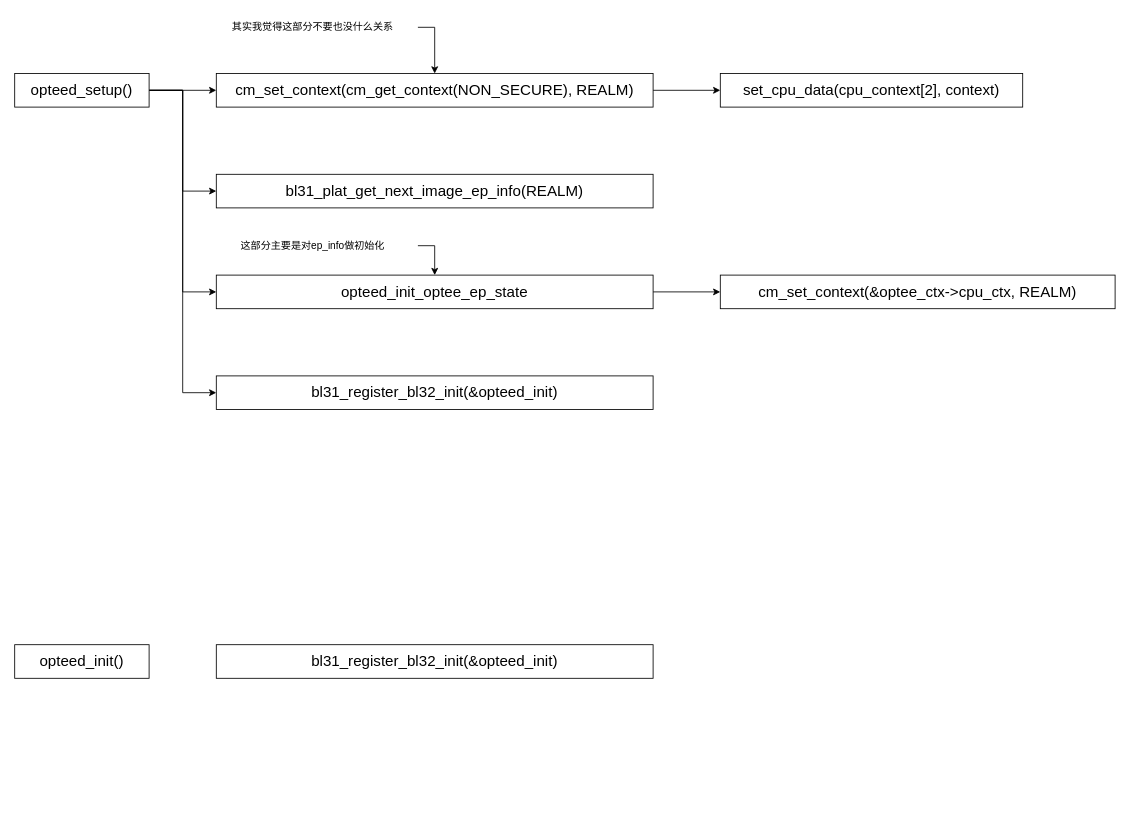
Above: cca-workflow/opteed_cm.drawio in EdisonE3/draw-pictures (draw.io), before the change. Source tidied: cells renumbered, new cells numbered last; positions are measured from the earlier drawing's top-left corner, leaving out a move shared by most shapes. Both pictures are drawn from the tidied source at 84%, with x=0, y=0 at pixel (14, 14).
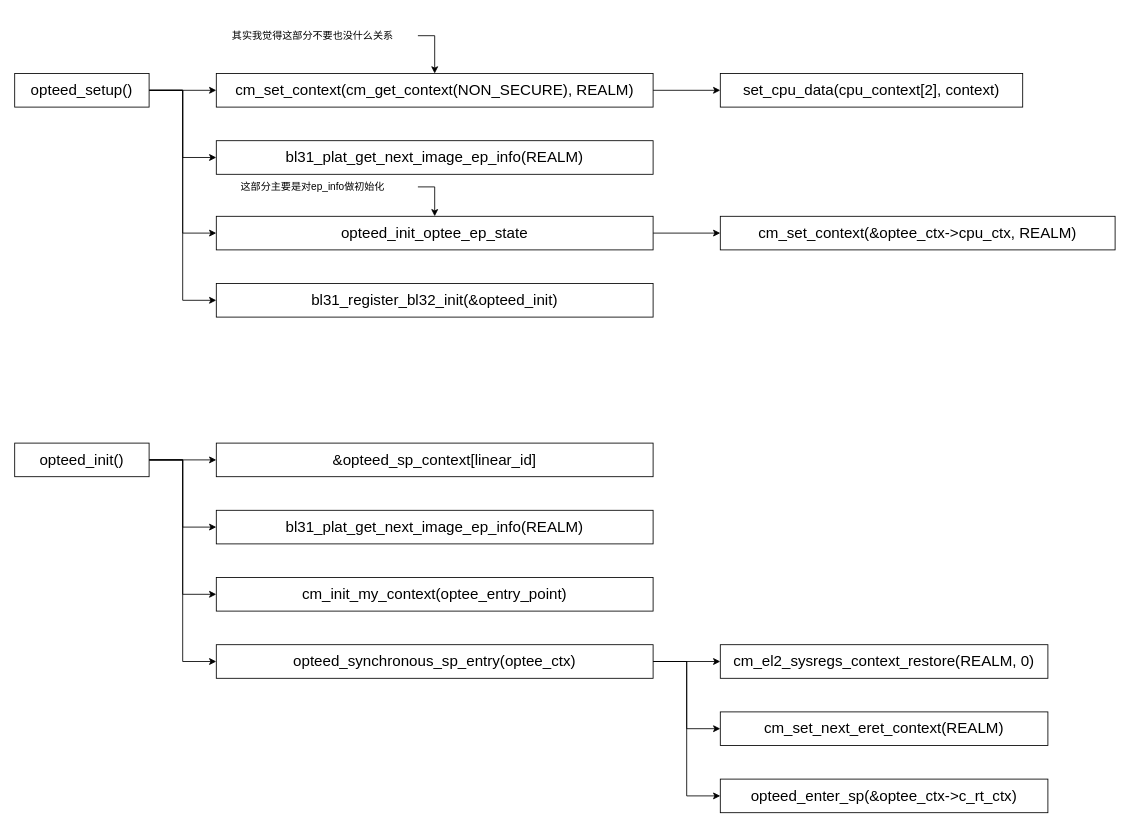
The same page after the edit.

Change to the diagram source:
```diff
@@
     <mxCell id="10" value="&lt;font style=&quot;font-size: 18px;&quot;&gt;bl31_plat_get_next_image_ep_info(REALM)&lt;/font&gt;" style="rounded=0;whiteSpace=wrap;html=1;" parent="1" vertex="1">
-      <mxGeometry x="240" y="190" width="520" height="40" as="geometry" />
+      <mxGeometry x="240" y="150" width="520" height="40" as="geometry" />
     </mxCell>
@@
     <mxCell id="12" value="&lt;font style=&quot;font-size: 18px;&quot;&gt;opteed_init_optee_ep_state&lt;/font&gt;" style="rounded=0;whiteSpace=wrap;html=1;" parent="1" vertex="1">
-      <mxGeometry x="240" y="310" width="520" height="40" as="geometry" />
+      <mxGeometry x="240" y="240" width="520" height="40" as="geometry" />
     </mxCell>
     <mxCell id="13" value="&lt;font style=&quot;font-size: 18px;&quot;&gt;bl31_register_bl32_init(&amp;amp;opteed_init)&lt;/font&gt;" style="rounded=0;whiteSpace=wrap;html=1;" parent="1" vertex="1">
-      <mxGeometry x="240" y="430" width="520" height="40" as="geometry" />
+      <mxGeometry x="240" y="320" width="520" height="40" as="geometry" />
     </mxCell>
@@
     <mxCell id="15" value="其实我觉得这部分不要也没什么关系" style="text;html=1;strokeColor=none;fillColor=none;align=center;verticalAlign=middle;whiteSpace=wrap;rounded=0;" parent="1" vertex="1">
-      <mxGeometry x="230" width="250" height="30" as="geometry" />
+      <mxGeometry x="230" y="10" width="250" height="30" as="geometry" />
     </mxCell>
@@
     <mxCell id="17" value="这部分主要是对ep_info做初始化" style="text;html=1;strokeColor=none;fillColor=none;align=center;verticalAlign=middle;whiteSpace=wrap;rounded=0;" parent="1" vertex="1">
-      <mxGeometry x="230" y="260" width="250" height="30" as="geometry" />
+      <mxGeometry x="230" y="190" width="250" height="30" as="geometry" />
     </mxCell>
+    <mxCell id="21" style="edgeStyle=orthogonalEdgeStyle;rounded=0;jettySize=auto;html=1;exitX=1;exitY=0.5;exitDx=0;exitDy=0;entryX=0;entryY=0.5;entryDx=0;entryDy=0;" parent="1" edge="1" source="18" target="25">
+      <mxGeometry relative="1" as="geometry" />
+    </mxCell>
+    <mxCell id="22" style="edgeStyle=orthogonalEdgeStyle;rounded=0;jettySize=auto;html=1;exitX=1;exitY=0.5;exitDx=0;exitDy=0;entryX=0;entryY=0.5;entryDx=0;entryDy=0;" parent="1" edge="1" source="18" target="19">
+      <mxGeometry relative="1" as="geometry" />
+    </mxCell>
+    <mxCell id="23" style="edgeStyle=orthogonalEdgeStyle;rounded=0;jettySize=auto;html=1;exitX=1;exitY=0.5;exitDx=0;exitDy=0;entryX=0;entryY=0.5;entryDx=0;entryDy=0;" parent="1" edge="1" source="18" target="26">
+      <mxGeometry relative="1" as="geometry" />
+    </mxCell>
+    <mxCell id="24" style="edgeStyle=orthogonalEdgeStyle;rounded=0;jettySize=auto;html=1;exitX=1;exitY=0.5;exitDx=0;exitDy=0;entryX=0;entryY=0.5;entryDx=0;entryDy=0;" parent="1" edge="1" source="18" target="30">
+      <mxGeometry relative="1" as="geometry" />
+    </mxCell>
     <mxCell id="18" value="&lt;font style=&quot;font-size: 18px;&quot;&gt;opteed_init()&lt;/font&gt;" style="rounded=0;whiteSpace=wrap;html=1;" parent="1" vertex="1">
-      <mxGeometry y="750" width="160" height="40" as="geometry" />
+      <mxGeometry y="510" width="160" height="40" as="geometry" />
     </mxCell>
-    <mxCell id="19" value="&lt;font style=&quot;font-size: 18px;&quot;&gt;bl31_register_bl32_init(&amp;amp;opteed_init)&lt;/font&gt;" style="rounded=0;whiteSpace=wrap;html=1;" parent="1" vertex="1">
-      <mxGeometry x="240" y="750" width="520" height="40" as="geometry" />
+    <mxCell id="19" value="&lt;font style=&quot;font-size: 18px;&quot;&gt;bl31_plat_get_next_image_ep_info(REALM)&lt;/font&gt;" style="rounded=0;whiteSpace=wrap;html=1;" parent="1" vertex="1">
+      <mxGeometry x="240" y="590" width="520" height="40" as="geometry" />
     </mxCell>
     <mxCell id="20" value="&lt;font style=&quot;font-size: 18px;&quot;&gt;cm_set_context(&amp;amp;optee_ctx-&amp;gt;cpu_ctx, REALM)&lt;/font&gt;" style="rounded=0;whiteSpace=wrap;html=1;" parent="1" vertex="1">
-      <mxGeometry x="840" y="310" width="470" height="40" as="geometry" />
+      <mxGeometry x="840" y="240" width="470" height="40" as="geometry" />
     </mxCell>
+    <mxCell id="25" value="&lt;font style=&quot;font-size: 18px;&quot;&gt;&amp;amp;opteed_sp_context[linear_id]&lt;/font&gt;" style="rounded=0;whiteSpace=wrap;html=1;" parent="1" vertex="1">
+      <mxGeometry x="240" y="510" width="520" height="40" as="geometry" />
+    </mxCell>
+    <mxCell id="26" value="&lt;font style=&quot;font-size: 18px;&quot;&gt;cm_init_my_context(optee_entry_point)&lt;/font&gt;" style="rounded=0;whiteSpace=wrap;html=1;" parent="1" vertex="1">
+      <mxGeometry x="240" y="670" width="520" height="40" as="geometry" />
+    </mxCell>
+    <mxCell id="27" style="edgeStyle=orthogonalEdgeStyle;rounded=0;jettySize=auto;html=1;exitX=1;exitY=0.5;exitDx=0;exitDy=0;entryX=0;entryY=0.5;entryDx=0;entryDy=0;" parent="1" edge="1" source="30" target="31">
+      <mxGeometry relative="1" as="geometry" />
+    </mxCell>
+    <mxCell id="28" style="edgeStyle=orthogonalEdgeStyle;rounded=0;jettySize=auto;html=1;exitX=1;exitY=0.5;exitDx=0;exitDy=0;entryX=0;entryY=0.5;entryDx=0;entryDy=0;" parent="1" edge="1" source="30" target="32">
+      <mxGeometry relative="1" as="geometry" />
+    </mxCell>
+    <mxCell id="29" style="edgeStyle=orthogonalEdgeStyle;rounded=0;jettySize=auto;html=1;exitX=1;exitY=0.5;exitDx=0;exitDy=0;entryX=0;entryY=0.5;entryDx=0;entryDy=0;" parent="1" edge="1" source="30" target="33">
+      <mxGeometry relative="1" as="geometry" />
+    </mxCell>
+    <mxCell id="30" value="&lt;font style=&quot;font-size: 18px;&quot;&gt;opteed_synchronous_sp_entry(optee_ctx)&lt;/font&gt;" style="rounded=0;whiteSpace=wrap;html=1;" parent="1" vertex="1">
+      <mxGeometry x="240" y="750" width="520" height="40" as="geometry" />
+    </mxCell>
+    <mxCell id="31" value="&lt;font style=&quot;font-size: 18px;&quot;&gt;cm_el2_sysregs_context_restore(REALM, 0)&lt;/font&gt;" style="rounded=0;whiteSpace=wrap;html=1;" parent="1" vertex="1">
+      <mxGeometry x="840" y="750" width="390" height="40" as="geometry" />
+    </mxCell>
+    <mxCell id="32" value="&lt;font style=&quot;font-size: 18px;&quot;&gt;cm_set_next_eret_context(REALM)&lt;/font&gt;" style="rounded=0;whiteSpace=wrap;html=1;" parent="1" vertex="1">
+      <mxGeometry x="840" y="830" width="390" height="40" as="geometry" />
+    </mxCell>
+    <mxCell id="33" value="&lt;font style=&quot;font-size: 18px;&quot;&gt;opteed_enter_sp(&amp;amp;optee_ctx-&amp;gt;c_rt_ctx)&lt;/font&gt;" style="rounded=0;whiteSpace=wrap;html=1;" parent="1" vertex="1">
+      <mxGeometry x="840" y="910" width="390" height="40" as="geometry" />
+    </mxCell>
```
